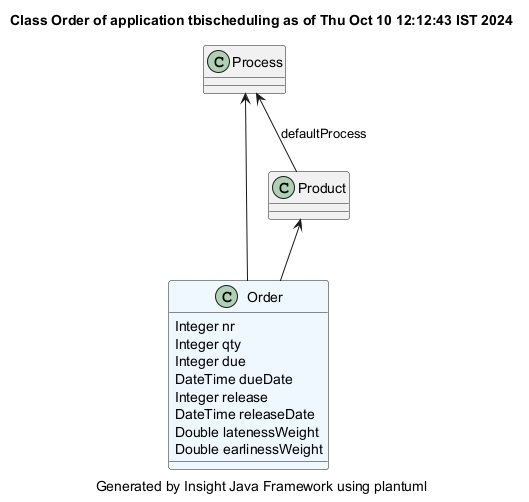
hsimonis/schedulingtraining keeps this PlantUML diagram as demonstrator/tbischeduling/site/plantuml/Order.png. Above is the earlier version.
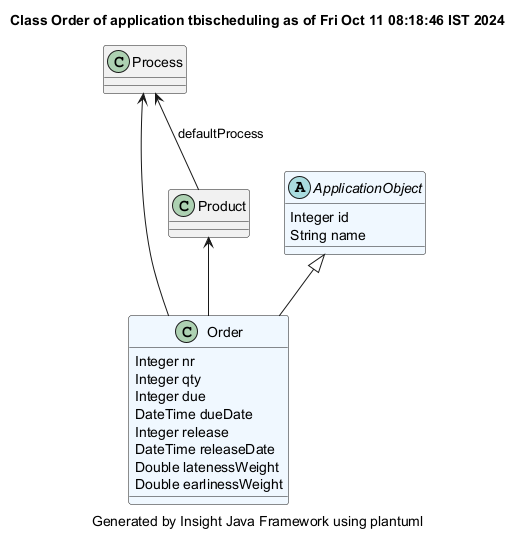
The same file after the commit.

What changed in the source:
```diff
@@ -1,5 +1,5 @@
 @startuml
-title Class Order of application tbischeduling as of Thu Oct 10 12:12:43 IST 2024
+title Class Order of application tbischeduling as of Fri Oct 11 08:18:46 IST 2024
 caption Generated by Insight Java Framework using plantuml
 class Order #aliceblue
 Order : Integer nr
@@ -18,4 +18,9 @@
 class Process
 
 Process  <-- Order
+abstract ApplicationObject #aliceblue
+ApplicationObject : Integer id
+ApplicationObject : String name
+
+ApplicationObject <|-- Order
 @enduml
```
